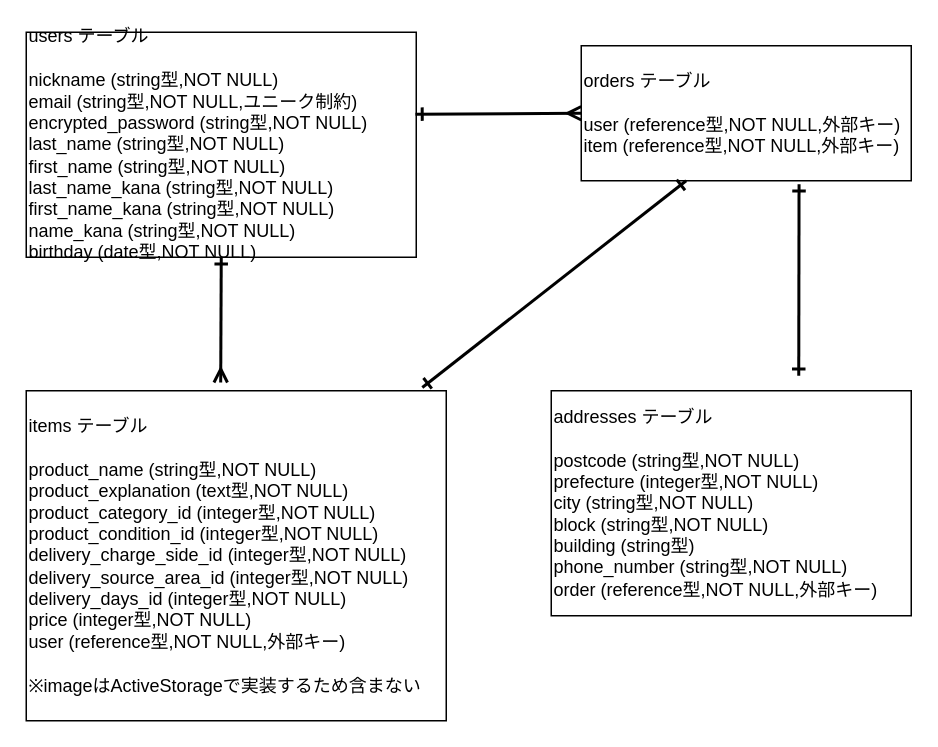
Before: er.dio in kouki135/furima-37408, a draw.io diagram. Source tidied: cells renumbered, new cells numbered last; positions are measured from the earlier drawing's top-left corner, leaving out a move shared by most shapes. Both pictures are drawn from the tidied source at 150%, with x=0, y=0 at pixel (26, 32).
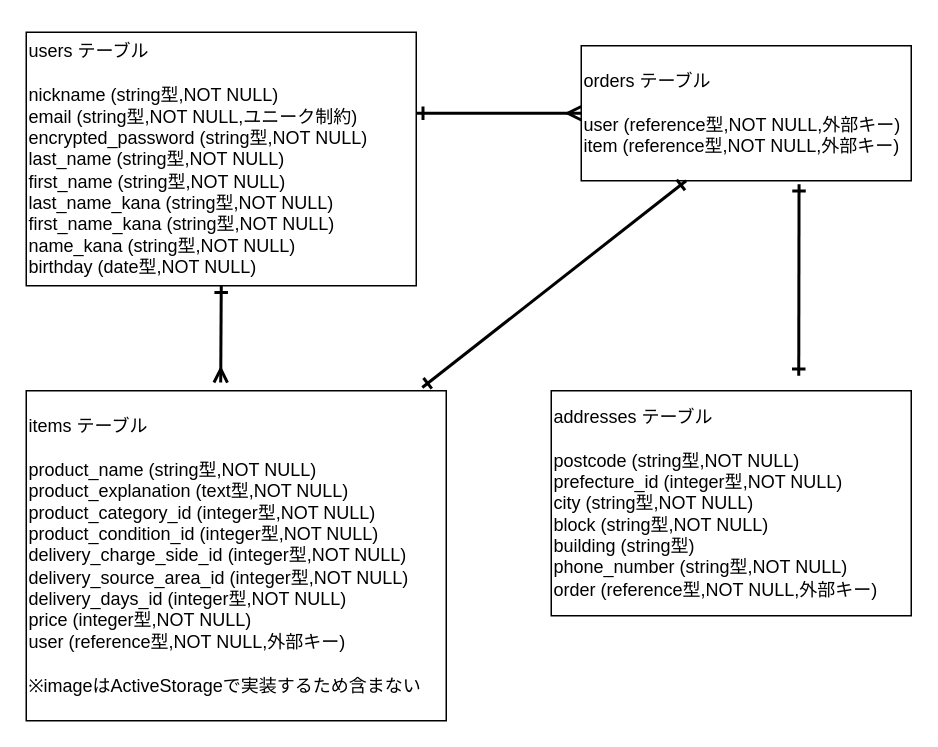
The same diagram, later.

Diff of the diagram source:
```diff
@@
 <mxGraphModel>
   <root>
     <mxCell id="0" />
     <mxCell id="1" parent="0" />
     <mxCell id="2" value="&lt;div&gt;&lt;span&gt;users テーブル&lt;/span&gt;&lt;/div&gt;&lt;div&gt;&lt;br&gt;&lt;/div&gt;&lt;div&gt;&lt;span&gt;nickname (string型,NOT NULL)&lt;/span&gt;&lt;/div&gt;&lt;div&gt;&lt;span&gt;email (string型,NOT NULL,ユニーク制約)&lt;/span&gt;&lt;/div&gt;&lt;div&gt;&lt;span&gt;encrypted_password&amp;nbsp;(string型,NOT NULL)&lt;/span&gt;&lt;/div&gt;&lt;div&gt;last_name&amp;nbsp;(string型,NOT NULL)&lt;span&gt;&lt;br&gt;&lt;/span&gt;&lt;/div&gt;&lt;div&gt;&lt;span&gt;first_name&amp;nbsp;(string型,NOT NULL)&lt;/span&gt;&lt;/div&gt;&lt;div&gt;&lt;div&gt;last_name_kana (string型,NOT NULL)&lt;br&gt;&lt;/div&gt;&lt;div&gt;first_name_kana (string型,NOT NULL)&lt;/div&gt;&lt;/div&gt;&lt;div&gt;&lt;span&gt;name_kana&amp;nbsp;(string型,NOT NULL)&lt;/span&gt;&lt;/div&gt;&lt;div&gt;&lt;span&gt;birthday&amp;nbsp;(date型,NOT NULL)&lt;/span&gt;&lt;/div&gt;" style="rounded=0;whiteSpace=wrap;html=1;align=left;" parent="1" vertex="1">
-      <mxGeometry width="260" height="150" as="geometry" />
+      <mxGeometry width="260" height="169" as="geometry" />
     </mxCell>
     <mxCell id="3" value="items テーブル&lt;br&gt;&lt;br&gt;product_name&amp;nbsp;(string型,NOT NULL)&lt;br&gt;product_explanation (text型,NOT NULL)&lt;br&gt;product_category_id (integer型,NOT NULL)&lt;br&gt;product_condition_id (integer型,NOT NULL)&lt;br&gt;delivery_charge_side_id (integer型,NOT NULL)&lt;br&gt;delivery_source_area_id (integer型,NOT NULL)&lt;br&gt;delivery_days_id (integer型,NOT NULL)&lt;br&gt;price (integer型,NOT NULL)&lt;br&gt;user (reference型,NOT NULL,外部キー)&lt;br&gt;&lt;br&gt;※imageはActiveStorageで実装するため含まない" style="rounded=0;whiteSpace=wrap;html=1;align=left;" parent="1" vertex="1">
       <mxGeometry y="239" width="280" height="220" as="geometry" />
     </mxCell>
     <mxCell id="4" value="&lt;div&gt;&lt;span&gt;orders テーブル&lt;/span&gt;&lt;/div&gt;&lt;div&gt;&lt;br&gt;&lt;/div&gt;user (reference型,NOT NULL,外部キー)&lt;div&gt;&lt;span&gt;item&lt;/span&gt;&lt;span&gt;&amp;nbsp;(&lt;/span&gt;reference型&lt;span&gt;,NOT NULL,外部キー)&lt;/span&gt;&lt;/div&gt;" style="rounded=0;whiteSpace=wrap;html=1;align=left;" parent="1" vertex="1">
       <mxGeometry x="370" y="9" width="220" height="90" as="geometry" />
     </mxCell>
-    <mxCell id="5" value="&lt;div&gt;&lt;span&gt;addresses テーブル&lt;/span&gt;&lt;/div&gt;&lt;div&gt;&lt;br&gt;&lt;/div&gt;postcode (string型,NOT NULL)&lt;div&gt;&lt;span&gt;prefecture (integer&lt;/span&gt;型&lt;span&gt;,NOT NULL)&lt;/span&gt;&lt;/div&gt;city (string型,NOT NULL)&lt;br&gt;block (string型,NOT NULL)&lt;br&gt;building (string型)&lt;br&gt;phone_number (string型,NOT NULL)&lt;br&gt;order (reference型,NOT NULL,外部キー)" style="rounded=0;whiteSpace=wrap;html=1;align=left;" parent="1" vertex="1">
+    <mxCell id="5" value="&lt;div&gt;&lt;span&gt;addresses テーブル&lt;/span&gt;&lt;/div&gt;&lt;div&gt;&lt;br&gt;&lt;/div&gt;postcode (string型,NOT NULL)&lt;div&gt;&lt;span&gt;prefecture_id (integer&lt;/span&gt;型&lt;span&gt;,NOT NULL)&lt;/span&gt;&lt;/div&gt;city (string型,NOT NULL)&lt;br&gt;block (string型,NOT NULL)&lt;br&gt;building (string型)&lt;br&gt;phone_number (string型,NOT NULL)&lt;br&gt;order (reference型,NOT NULL,外部キー)" style="rounded=0;whiteSpace=wrap;html=1;align=left;" parent="1" vertex="1">
       <mxGeometry x="350" y="239" width="240" height="150" as="geometry" />
     </mxCell>
-    <mxCell id="6" style="endArrow=ERmany;startArrow=ERone;html=1;endFill=0;startFill=0;exitX=0.998;exitY=0.364;exitDx=0;exitDy=0;exitPerimeter=0;strokeWidth=2;entryX=0;entryY=0.5;entryDx=0;entryDy=0;" parent="1" edge="1" source="2" target="4">
-      <mxGeometry relative="1" as="geometry" />
+    <mxCell id="6" style="endArrow=ERmany;startArrow=ERone;html=1;endFill=0;startFill=0;strokeWidth=2;entryX=0;entryY=0.5;entryDx=0;entryDy=0;" parent="1" edge="1" target="4">
+      <mxGeometry relative="1" as="geometry">
+        <mxPoint x="260" y="54" as="sourcePoint" />
+      </mxGeometry>
     </mxCell>
     <mxCell id="7" style="endArrow=ERmany;startArrow=ERone;html=1;endFill=0;startFill=0;strokeWidth=2;entryX=0.463;entryY=-0.025;entryDx=0;entryDy=0;exitX=0.5;exitY=1;exitDx=0;exitDy=0;entryPerimeter=0;" parent="1" edge="1" source="2" target="3">
       <mxGeometry relative="1" as="geometry" />
     </mxCell>
     <mxCell id="8" style="endArrow=ERone;startArrow=ERone;html=1;endFill=0;startFill=0;exitX=0.943;exitY=-0.01;exitDx=0;exitDy=0;exitPerimeter=0;strokeWidth=2;entryX=0.318;entryY=1;entryDx=0;entryDy=0;entryPerimeter=0;" parent="1" edge="1" source="3" target="4">
       <mxGeometry relative="1" as="geometry" />
     </mxCell>
     <mxCell id="9" style="endArrow=ERone;startArrow=ERone;html=1;endFill=0;startFill=0;strokeWidth=2;entryX=0.66;entryY=1.026;entryDx=0;entryDy=0;entryPerimeter=0;" parent="1" edge="1" target="4">
       <mxGeometry relative="1" as="geometry">
         <mxPoint x="515" y="229" as="sourcePoint" />
       </mxGeometry>
     </mxCell>
   </root>
 </mxGraphModel>
```
